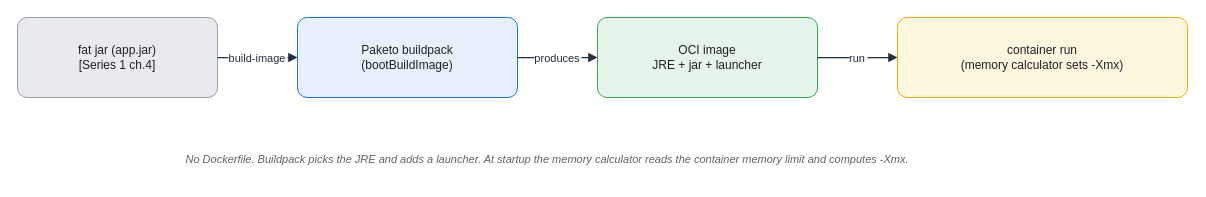
Earlier version of the draw.io diagram assets/img/jvm/jvm-05-fatjar-to-container.drawio (KKamJi98/kkamji98.github.io). Source tidied: cells renumbered, new cells numbered last; positions are measured from the earlier drawing's top-left corner, leaving out a move shared by most shapes. Both pictures are drawn from the tidied source at 100%, with x=0, y=0 at pixel (17, 17).
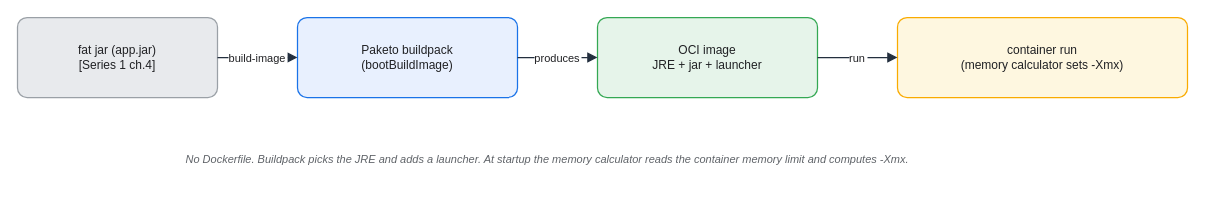
Above is the later version.

Change to the diagram source:
```diff
@@
 <mxGraphModel background="#FFFFFF">
   <root>
     <mxCell id="0" />
     <mxCell id="1" parent="0" />
-    <mxCell id="2" value="fat jar (app.jar)&#10;[Series 1 ch.4]" style="rounded=1;whiteSpace=wrap;html=0;arcSize=12;shadow=0;fillColor=#E8EAED;strokeColor=#9AA0A6;fontColor=#202124;" parent="1" vertex="1">
+    <mxCell id="2" value="fat jar (app.jar)&#10;[Series 1 ch.4]" style="rounded=1;whiteSpace=wrap;html=0;arcSize=12;shadow=0;fillColor=#E8EAED;strokeColor=#9AA0A6;fontColor=#202124;strokeWidth=1.25;" parent="1" vertex="1">
       <mxGeometry width="200" height="80" as="geometry" />
     </mxCell>
-    <mxCell id="3" value="Paketo buildpack&#10;(bootBuildImage)" style="rounded=1;whiteSpace=wrap;html=0;arcSize=12;shadow=0;fillColor=#E8F0FE;strokeColor=#1A73E8;fontColor=#202124;" parent="1" vertex="1">
+    <mxCell id="3" value="Paketo buildpack&#10;(bootBuildImage)" style="rounded=1;whiteSpace=wrap;html=0;arcSize=12;shadow=0;fillColor=#E8F0FE;strokeColor=#1A73E8;fontColor=#202124;strokeWidth=1.25;" parent="1" vertex="1">
       <mxGeometry x="280" width="220" height="80" as="geometry" />
     </mxCell>
-    <mxCell id="4" value="OCI image&#10;JRE + jar + launcher" style="rounded=1;whiteSpace=wrap;html=0;arcSize=12;shadow=0;fillColor=#E6F4EA;strokeColor=#34A853;fontColor=#202124;" parent="1" vertex="1">
+    <mxCell id="4" value="OCI image&#10;JRE + jar + launcher" style="rounded=1;whiteSpace=wrap;html=0;arcSize=12;shadow=0;fillColor=#E6F4EA;strokeColor=#34A853;fontColor=#202124;strokeWidth=1.25;" parent="1" vertex="1">
       <mxGeometry x="580" width="220" height="80" as="geometry" />
     </mxCell>
-    <mxCell id="5" value="container run&#10;(memory calculator sets -Xmx)" style="rounded=1;whiteSpace=wrap;html=0;arcSize=12;shadow=0;fillColor=#FEF7E0;strokeColor=#F9AB00;fontColor=#202124;" parent="1" vertex="1">
+    <mxCell id="5" value="container run&#10;(memory calculator sets -Xmx)" style="rounded=1;whiteSpace=wrap;html=0;arcSize=12;shadow=0;fillColor=#FEF7E0;strokeColor=#F9AB00;fontColor=#202124;strokeWidth=1.25;" parent="1" vertex="1">
       <mxGeometry x="880" width="290" height="80" as="geometry" />
     </mxCell>
     <mxCell id="6" value="No Dockerfile. Buildpack picks the JRE and adds a launcher. At startup the memory calculator reads the container memory limit and computes -Xmx." style="text;html=0;align=center;verticalAlign=middle;whiteSpace=wrap;fontSize=11;fontColor=#5F6368;fontStyle=2;" parent="1" vertex="1">
       <mxGeometry x="80" y="122" width="900" height="40" as="geometry" />
     </mxCell>
-    <mxCell id="7" value="build-image" style="edgeStyle=orthogonalEdgeStyle;rounded=1;html=0;fontColor=#232F3E;strokeColor=#232F3E;labelBackgroundColor=#FFFFFF;endArrow=block;exitX=1;exitY=0.5;exitDx=0;exitDy=0;entryX=0;entryY=0.5;entryDx=0;entryDy=0;strokeWidth=1.25;" parent="1" edge="1" source="2" target="3">
+    <mxCell id="7" value="build-image" style="edgeStyle=orthogonalEdgeStyle;rounded=1;html=0;fontColor=#202124;strokeColor=#232F3E;labelBackgroundColor=#FFFFFF;endArrow=block;exitX=1;exitY=0.5;exitDx=0;exitDy=0;entryX=0;entryY=0.5;entryDx=0;entryDy=0;strokeWidth=1.25;endSize=7;" parent="1" edge="1" source="2" target="3">
       <mxGeometry relative="1" as="geometry" />
     </mxCell>
-    <mxCell id="8" value="produces" style="edgeStyle=orthogonalEdgeStyle;rounded=1;html=0;fontColor=#232F3E;strokeColor=#232F3E;labelBackgroundColor=#FFFFFF;endArrow=block;exitX=1;exitY=0.5;exitDx=0;exitDy=0;entryX=0;entryY=0.5;entryDx=0;entryDy=0;strokeWidth=1.25;" parent="1" edge="1" source="3" target="4">
+    <mxCell id="8" value="produces" style="edgeStyle=orthogonalEdgeStyle;rounded=1;html=0;fontColor=#202124;strokeColor=#232F3E;labelBackgroundColor=#FFFFFF;endArrow=block;exitX=1;exitY=0.5;exitDx=0;exitDy=0;entryX=0;entryY=0.5;entryDx=0;entryDy=0;strokeWidth=1.25;endSize=7;" parent="1" edge="1" source="3" target="4">
       <mxGeometry relative="1" as="geometry" />
     </mxCell>
-    <mxCell id="9" value="run" style="edgeStyle=orthogonalEdgeStyle;rounded=1;html=0;fontColor=#232F3E;strokeColor=#232F3E;labelBackgroundColor=#FFFFFF;endArrow=block;exitX=1;exitY=0.5;exitDx=0;exitDy=0;entryX=0;entryY=0.5;entryDx=0;entryDy=0;strokeWidth=1.25;" parent="1" edge="1" source="4" target="5">
+    <mxCell id="9" value="run" style="edgeStyle=orthogonalEdgeStyle;rounded=1;html=0;fontColor=#202124;strokeColor=#232F3E;labelBackgroundColor=#FFFFFF;endArrow=block;exitX=1;exitY=0.5;exitDx=0;exitDy=0;entryX=0;entryY=0.5;entryDx=0;entryDy=0;strokeWidth=1.25;endSize=7;" parent="1" edge="1" source="4" target="5">
       <mxGeometry relative="1" as="geometry" />
     </mxCell>
   </root>
 </mxGraphModel>
```
